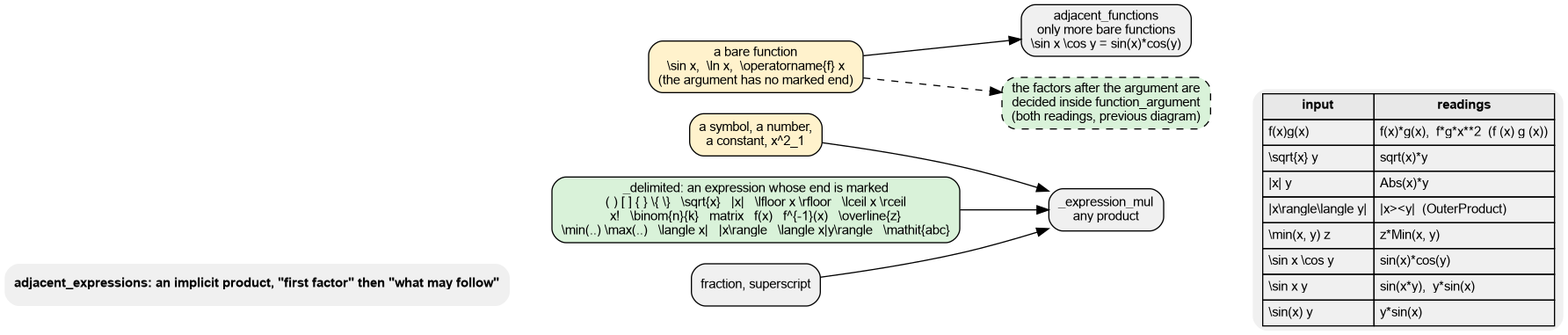
Upabjojr/sympy keeps this Graphviz diagram as 4_delimited.png. Above is the earlier version. Its source is kept beside it as 4_delimited.dot. Source of this version:
```dot
digraph delimited {
  rankdir=LR
  node [shape=box, style="rounded,filled", fillcolor="#f0f0f0", fontname="Helvetica", fontsize=11]
  edge [fontname="Helvetica", fontsize=10]

  title [shape=plaintext, label=<<b>adjacent_expressions: an implicit product, "first factor" then "what may follow"</b>>]

  sym  [label="a symbol, a number,\na constant, x^2_1", fillcolor="#fff2cc"]
  del  [label="_delimited: an expression whose end is marked\n( ) [ ] { } \\{ \\}   \\sqrt{x}   |x|   \\lfloor x \\rfloor   \\lceil x \\rceil\nx!   \\binom{n}{k}   matrix   f(x)   f^{-1}(x)   \\overline{z}\n\\min(..) \\max(..)   \\langle x|   |x\\rangle   \\langle x|y\\rangle   \\mathit{abc}", fillcolor="#d9f2d9"]
  frac [label="fraction, superscript"]
  bare [label="a bare function\n\\sin x,  \\ln x,  \\operatorname{f} x\n(the argument has no marked end)", fillcolor="#fff2cc"]

  any  [label="_expression_mul\nany product", fillcolor="#f0f0f0"]
  funcs [label="adjacent_functions\nonly more bare functions\n\\sin x \\cos y = sin(x)*cos(y)"]
  inside [label="the factors after the argument are\ndecided inside function_argument\n(both readings, previous diagram)", fillcolor="#d9f2d9", style="rounded,filled,dashed"]

  sym -> any
  del -> any
  frac -> any
  bare -> funcs
  bare -> inside [style=dashed]

  examples [shape=plaintext, label=<<table border="0" cellborder="1" cellspacing="0" cellpadding="4">
    <tr><td bgcolor="#e8e8e8"><b>input</b></td><td bgcolor="#e8e8e8"><b>readings</b></td></tr>
    <tr><td align="left">f(x)g(x)</td><td align="left">f(x)*g(x),  f*g*x**2  (f (x) g (x))</td></tr>
    <tr><td align="left">\sqrt{x} y</td><td align="left">sqrt(x)*y</td></tr>
    <tr><td align="left">|x| y</td><td align="left">Abs(x)*y</td></tr>
    <tr><td align="left">|x\rangle\langle y|</td><td align="left">|x&gt;&lt;y|  (OuterProduct)</td></tr>
    <tr><td align="left">\min(x, y) z</td><td align="left">z*Min(x, y)</td></tr>
    <tr><td align="left">\sin x \cos y</td><td align="left">sin(x)*cos(y)</td></tr>
    <tr><td align="left">\sin x y</td><td align="left">sin(x*y),  y*sin(x)</td></tr>
    <tr><td align="left">\sin(x) y</td><td align="left">y*sin(x)</td></tr>
    </table>>]
  any -> examples [style=invis]
  {rank=source; title}
}
```
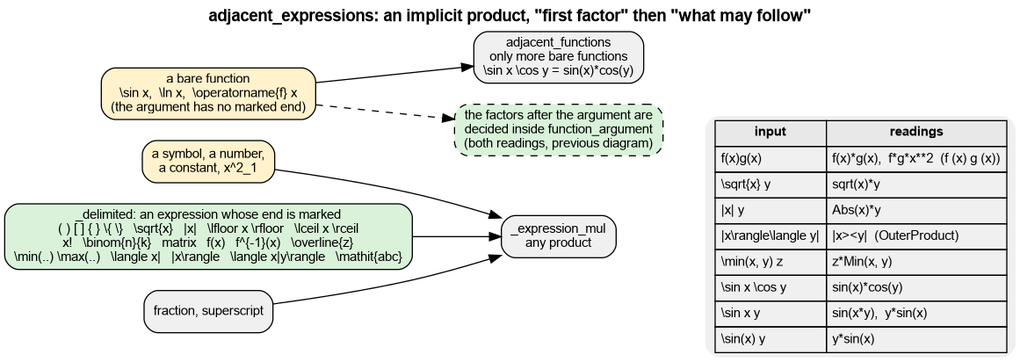
After the change.

Commit message:
Move the title of the implicit product diagram

Diff of the diagram source:
```diff
@@ -3,7 +3,7 @@
   node [shape=box, style="rounded,filled", fillcolor="#f0f0f0", fontname="Helvetica", fontsize=11]
   edge [fontname="Helvetica", fontsize=10]
 
-  title [shape=plaintext, label=<<b>adjacent_expressions: an implicit product, "first factor" then "what may follow"</b>>]
+  label=<<b>adjacent_expressions: an implicit product, "first factor" then "what may follow"</b>>; labelloc=t; fontname="Helvetica"
 
   sym  [label="a symbol, a number,\na constant, x^2_1", fillcolor="#fff2cc"]
   del  [label="_delimited: an expression whose end is marked\n( ) [ ] { } \\{ \\}   \\sqrt{x}   |x|   \\lfloor x \\rfloor   \\lceil x \\rceil\nx!   \\binom{n}{k}   matrix   f(x)   f^{-1}(x)   \\overline{z}\n\\min(..) \\max(..)   \\langle x|   |x\\rangle   \\langle x|y\\rangle   \\mathit{abc}", fillcolor="#d9f2d9"]
@@ -32,5 +32,4 @@
     <tr><td align="left">\sin(x) y</td><td align="left">y*sin(x)</td></tr>
     </table>>]
   any -> examples [style=invis]
-  {rank=source; title}
 }
```
